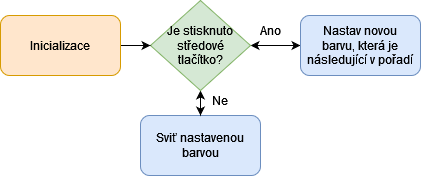
Before: text/obrazky/Vabnicka_diagram.png, a diagram exported from draw.io (renata7zemanova/Semafor). Source tidied: cells renumbered, new cells last; positions are measured from the earlier drawing's top-left corner, leaving out a move shared by most shapes. Its diagram source:
```xml
<mxGraphModel>
  <root>
    <mxCell id="0" />
    <mxCell id="1" parent="0" />
    <mxCell id="2" value="Sviť nastavenou barvou" style="rounded=1;whiteSpace=wrap;html=1;fillColor=#dae8fc;strokeColor=#6c8ebf;" parent="1" vertex="1">
      <mxGeometry x="140" y="115" width="120" height="60" as="geometry" />
    </mxCell>
    <mxCell id="3" style="edgeStyle=orthogonalEdgeStyle;rounded=0;jettySize=auto;html=1;entryX=0;entryY=0.5;entryDx=0;entryDy=0;startArrow=classic;startFill=1;" parent="1" edge="1" source="5" target="9">
      <mxGeometry relative="1" as="geometry" />
    </mxCell>
    <mxCell id="4" style="edgeStyle=orthogonalEdgeStyle;rounded=0;jettySize=auto;html=1;startArrow=classic;startFill=1;" parent="1" edge="1" source="5" target="2">
      <mxGeometry relative="1" as="geometry" />
    </mxCell>
    <mxCell id="5" value="&lt;div&gt;Je stisknuto středové&lt;/div&gt;&lt;div&gt;tlačítko?&lt;/div&gt;" style="rhombus;whiteSpace=wrap;html=1;fillColor=#d5e8d4;strokeColor=#82b366;" parent="1" vertex="1">
      <mxGeometry x="150" width="100" height="90" as="geometry" />
    </mxCell>
    <mxCell id="6" value="Ne" style="text;html=1;strokeColor=none;fillColor=none;align=center;verticalAlign=middle;whiteSpace=wrap;rounded=0;" parent="1" vertex="1">
      <mxGeometry x="190" y="85" width="60" height="30" as="geometry" />
    </mxCell>
    <mxCell id="7" style="edgeStyle=orthogonalEdgeStyle;rounded=0;jettySize=auto;html=1;entryX=0;entryY=0.5;entryDx=0;entryDy=0;" parent="1" edge="1" source="8" target="5">
      <mxGeometry relative="1" as="geometry" />
    </mxCell>
    <mxCell id="8" value="Inicializace" style="rounded=1;whiteSpace=wrap;html=1;fillColor=#ffe6cc;strokeColor=#d79b00;" parent="1" vertex="1">
      <mxGeometry y="15" width="120" height="60" as="geometry" />
    </mxCell>
    <mxCell id="9" value="&lt;div&gt;Nastav novou &lt;br&gt;&lt;/div&gt;&lt;div&gt;barvu, která je následující v pořadí&lt;/div&gt;" style="rounded=1;whiteSpace=wrap;html=1;fillColor=#dae8fc;strokeColor=#6c8ebf;" parent="1" vertex="1">
      <mxGeometry x="300" y="15" width="120" height="60" as="geometry" />
    </mxCell>
    <mxCell id="10" value="Ano" style="text;html=1;strokeColor=none;fillColor=none;align=center;verticalAlign=middle;whiteSpace=wrap;rounded=0;" parent="1" vertex="1">
      <mxGeometry x="240" y="15" width="60" height="30" as="geometry" />
    </mxCell>
  </root>
</mxGraphModel>
```
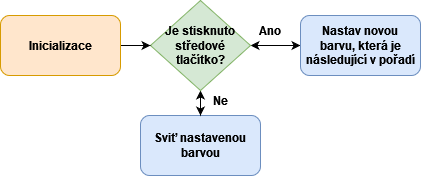
Above is the later version.

Change to the diagram source:
```diff
@@ -2,31 +2,31 @@
   <root>
     <mxCell id="0" />
     <mxCell id="1" parent="0" />
-    <mxCell id="2" value="Sviť nastavenou barvou" style="rounded=1;whiteSpace=wrap;html=1;fillColor=#dae8fc;strokeColor=#6c8ebf;" parent="1" vertex="1">
+    <mxCell id="2" value="Sviť nastavenou barvou" style="rounded=1;whiteSpace=wrap;html=1;fillColor=#dae8fc;strokeColor=#6c8ebf;fontStyle=1;" parent="1" vertex="1">
       <mxGeometry x="140" y="115" width="120" height="60" as="geometry" />
     </mxCell>
-    <mxCell id="3" style="edgeStyle=orthogonalEdgeStyle;rounded=0;jettySize=auto;html=1;entryX=0;entryY=0.5;entryDx=0;entryDy=0;startArrow=classic;startFill=1;" parent="1" edge="1" source="5" target="9">
+    <mxCell id="3" style="edgeStyle=orthogonalEdgeStyle;rounded=0;jettySize=auto;html=1;entryX=0;entryY=0.5;entryDx=0;entryDy=0;startArrow=classic;startFill=1;fontStyle=1;" parent="1" edge="1" source="5" target="9">
       <mxGeometry relative="1" as="geometry" />
     </mxCell>
-    <mxCell id="4" style="edgeStyle=orthogonalEdgeStyle;rounded=0;jettySize=auto;html=1;startArrow=classic;startFill=1;" parent="1" edge="1" source="5" target="2">
+    <mxCell id="4" style="edgeStyle=orthogonalEdgeStyle;rounded=0;jettySize=auto;html=1;startArrow=classic;startFill=1;fontStyle=1;" parent="1" edge="1" source="5" target="2">
       <mxGeometry relative="1" as="geometry" />
     </mxCell>
-    <mxCell id="5" value="&lt;div&gt;Je stisknuto středové&lt;/div&gt;&lt;div&gt;tlačítko?&lt;/div&gt;" style="rhombus;whiteSpace=wrap;html=1;fillColor=#d5e8d4;strokeColor=#82b366;" parent="1" vertex="1">
+    <mxCell id="5" value="&lt;div&gt;Je stisknuto středové&lt;/div&gt;&lt;div&gt;tlačítko?&lt;/div&gt;" style="rhombus;whiteSpace=wrap;html=1;fillColor=#d5e8d4;strokeColor=#82b366;fontStyle=1;" parent="1" vertex="1">
       <mxGeometry x="150" width="100" height="90" as="geometry" />
     </mxCell>
-    <mxCell id="6" value="Ne" style="text;html=1;strokeColor=none;fillColor=none;align=center;verticalAlign=middle;whiteSpace=wrap;rounded=0;" parent="1" vertex="1">
+    <mxCell id="6" value="Ne" style="text;html=1;strokeColor=none;fillColor=none;align=center;verticalAlign=middle;whiteSpace=wrap;rounded=0;fontStyle=1;" parent="1" vertex="1">
       <mxGeometry x="190" y="85" width="60" height="30" as="geometry" />
     </mxCell>
-    <mxCell id="7" style="edgeStyle=orthogonalEdgeStyle;rounded=0;jettySize=auto;html=1;entryX=0;entryY=0.5;entryDx=0;entryDy=0;" parent="1" edge="1" source="8" target="5">
+    <mxCell id="7" style="edgeStyle=orthogonalEdgeStyle;rounded=0;jettySize=auto;html=1;entryX=0;entryY=0.5;entryDx=0;entryDy=0;fontStyle=1;" parent="1" edge="1" source="8" target="5">
       <mxGeometry relative="1" as="geometry" />
     </mxCell>
-    <mxCell id="8" value="Inicializace" style="rounded=1;whiteSpace=wrap;html=1;fillColor=#ffe6cc;strokeColor=#d79b00;" parent="1" vertex="1">
+    <mxCell id="8" value="Inicializace" style="rounded=1;whiteSpace=wrap;html=1;fillColor=#ffe6cc;strokeColor=#d79b00;fontStyle=1;" parent="1" vertex="1">
       <mxGeometry y="15" width="120" height="60" as="geometry" />
     </mxCell>
-    <mxCell id="9" value="&lt;div&gt;Nastav novou &lt;br&gt;&lt;/div&gt;&lt;div&gt;barvu, která je následující v pořadí&lt;/div&gt;" style="rounded=1;whiteSpace=wrap;html=1;fillColor=#dae8fc;strokeColor=#6c8ebf;" parent="1" vertex="1">
+    <mxCell id="9" value="&lt;div&gt;Nastav novou &lt;br&gt;&lt;/div&gt;&lt;div&gt;barvu, která je následující v pořadí&lt;/div&gt;" style="rounded=1;whiteSpace=wrap;html=1;fillColor=#dae8fc;strokeColor=#6c8ebf;fontStyle=1;" parent="1" vertex="1">
       <mxGeometry x="300" y="15" width="120" height="60" as="geometry" />
     </mxCell>
-    <mxCell id="10" value="Ano" style="text;html=1;strokeColor=none;fillColor=none;align=center;verticalAlign=middle;whiteSpace=wrap;rounded=0;" parent="1" vertex="1">
+    <mxCell id="10" value="Ano" style="text;html=1;strokeColor=none;fillColor=none;align=center;verticalAlign=middle;whiteSpace=wrap;rounded=0;fontStyle=1;" parent="1" vertex="1">
       <mxGeometry x="240" y="15" width="60" height="30" as="geometry" />
     </mxCell>
   </root>
```
